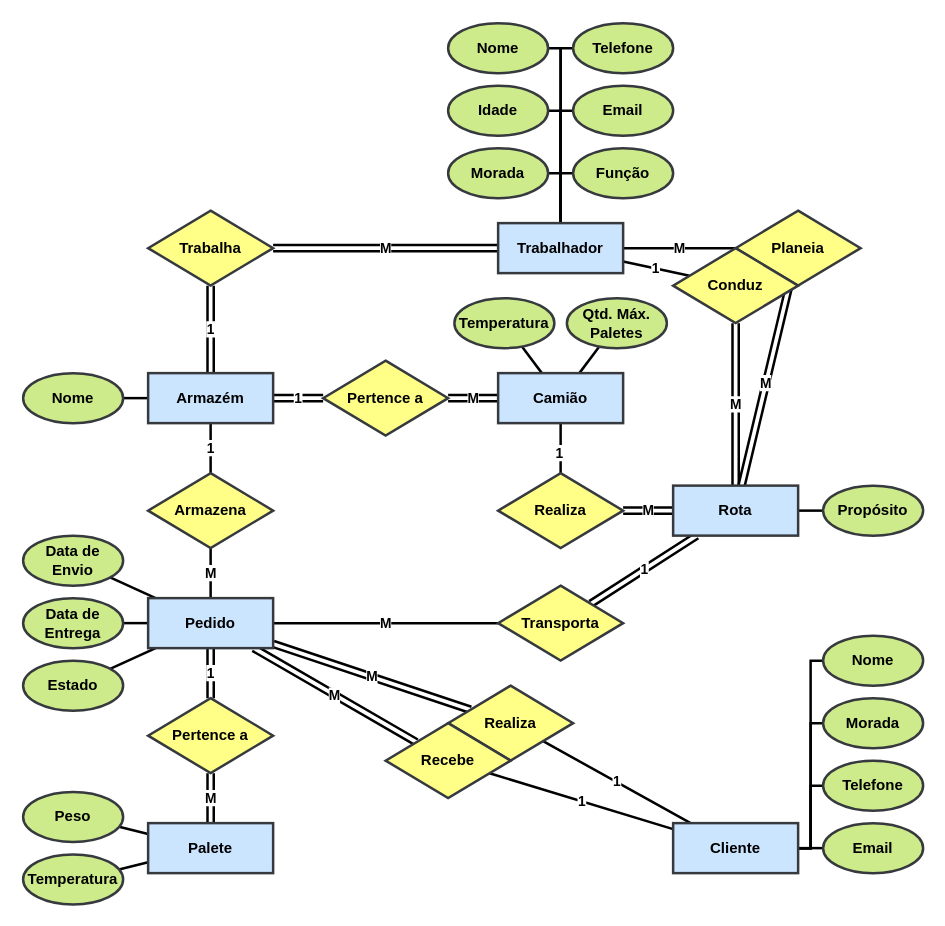
Before: page "Diagrama ER (Chen)" (2 of 3) of Diagramas/diagramas.drawio in VicLourenco40/dwdm-sql-logistica, a draw.io diagram. Source tidied: cells renumbered, new cells numbered last; positions are measured from the earlier drawing's top-left corner, leaving out a move shared by most shapes. Both pictures are drawn from the tidied source at 125%, with x=0, y=0 at pixel (22, 22).
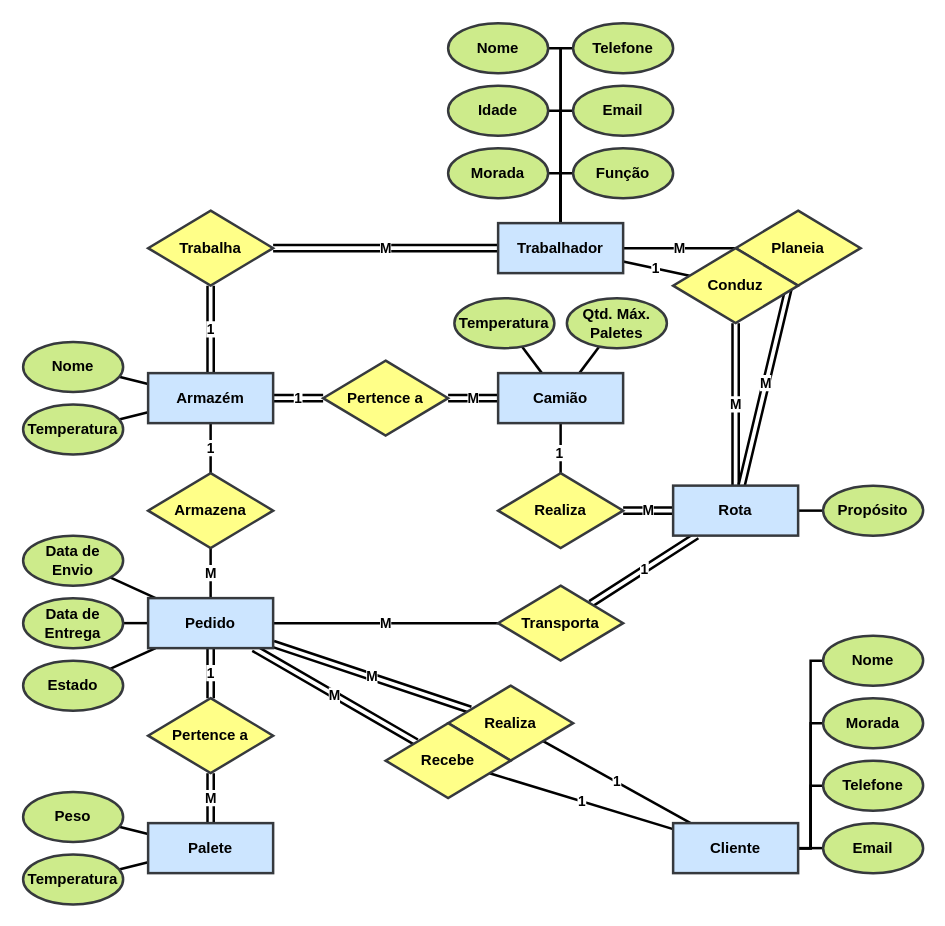
The same diagram, later.

Commit message (it also covers changes not shown here):
Adicionar temperatura a armazém

Unchanged cells that the change refers to:
```xml
<mxCell id="50" value="Armazém" style="whiteSpace=wrap;html=1;align=center;fillColor=#cce5ff;strokeColor=#36393d;fontStyle=1;labelBorderColor=none;strokeWidth=2;" parent="1" vertex="1">
  <mxGeometry x="100" y="280" width="100" height="40" as="geometry" />
</mxCell>
```

The edit, as a diff of the source:
```diff
@@
+    <mxCell id="78" style="rounded=0;jettySize=auto;html=1;endArrow=none;endFill=0;strokeWidth=2;" parent="1" edge="1" source="79" target="50">
+      <mxGeometry relative="1" as="geometry" />
+    </mxCell>
@@
     <mxCell id="62" value="Nome" style="ellipse;whiteSpace=wrap;html=1;align=center;fillColor=#cdeb8b;strokeColor=#36393d;fontStyle=1;labelBorderColor=none;strokeWidth=2;" parent="1" vertex="1">
-      <mxGeometry y="280" width="80" height="40" as="geometry" />
+      <mxGeometry y="255" width="80" height="40" as="geometry" />
     </mxCell>
@@
+    <mxCell id="79" value="Temperatura" style="ellipse;whiteSpace=wrap;html=1;align=center;fillColor=#cdeb8b;strokeColor=#36393d;fontStyle=1;labelBorderColor=none;strokeWidth=2;" parent="1" vertex="1">
+      <mxGeometry y="305" width="80" height="40" as="geometry" />
+    </mxCell>
```
